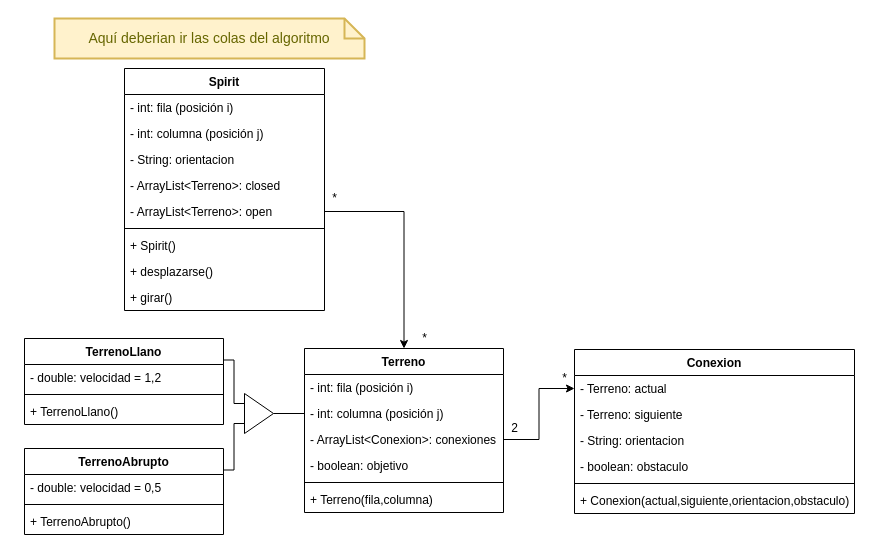
Above: Modelamiento/modelo.drawio in fibbs-bs/Spirit-BestFirstSearch (draw.io), before the change. Source tidied: cells renumbered, new cells numbered last; positions are measured from the earlier drawing's top-left corner, leaving out a move shared by most shapes. Both pictures are drawn from the tidied source at 100%, with x=0, y=0 at pixel (24, 18).
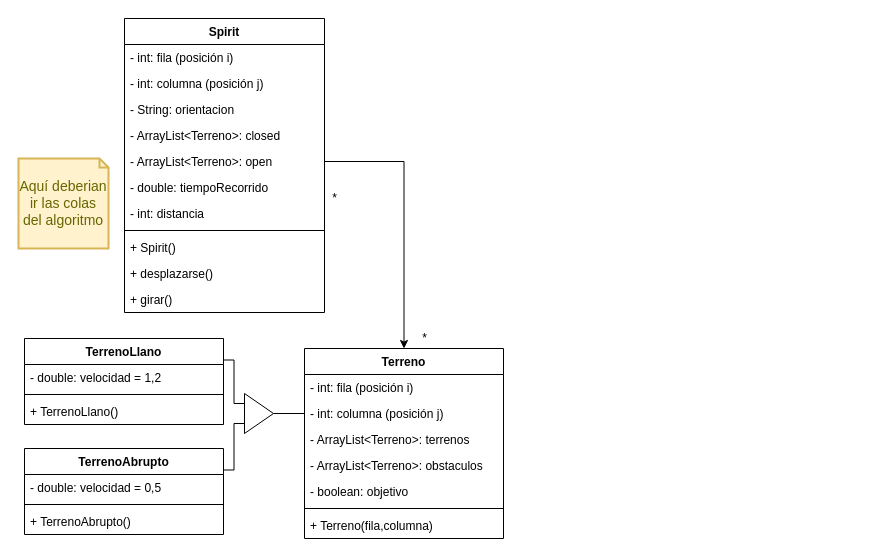
The same diagram, later.

Commit message (it also covers changes not shown here):
Lectura hasta posicionamiento de conexiones (5)

Diff of the diagram source:
```diff
@@
     <mxCell id="2" value="Terreno" style="swimlane;fontStyle=1;align=center;verticalAlign=top;horizontal=1;startSize=26;" parent="1" vertex="1">
-      <mxGeometry x="280" y="330" width="199" height="164" as="geometry" />
+      <mxGeometry x="280" y="330" width="199" height="190" as="geometry" />
     </mxCell>
@@
-    <mxCell id="5" value="- ArrayList&lt;Conexion&gt;: conexiones" style="text;strokeColor=none;fillColor=none;align=left;verticalAlign=top;spacingLeft=4;spacingRight=4;overflow=hidden;points=[[0,0.5],[1,0.5]];portConstraint=eastwest;" parent="2" vertex="1">
+    <mxCell id="5" value="- ArrayList&lt;Terreno&gt;: terrenos" style="text;strokeColor=none;fillColor=none;align=left;verticalAlign=top;spacingLeft=4;spacingRight=4;overflow=hidden;points=[[0,0.5],[1,0.5]];portConstraint=eastwest;" parent="2" vertex="1">
       <mxGeometry y="78" width="199" height="26" as="geometry" />
     </mxCell>
+    <mxCell id="45" value="- ArrayList&lt;Terreno&gt;: obstaculos" style="text;strokeColor=none;fillColor=none;align=left;verticalAlign=top;spacingLeft=4;spacingRight=4;overflow=hidden;" parent="2" vertex="1">
+      <mxGeometry y="104" width="199" height="26" as="geometry" />
+    </mxCell>
     <mxCell id="6" value="- boolean: objetivo" style="text;strokeColor=none;fillColor=none;align=left;verticalAlign=top;spacingLeft=4;spacingRight=4;overflow=hidden;" parent="2" vertex="1">
-      <mxGeometry y="104" width="199" height="26" as="geometry" />
+      <mxGeometry y="130" width="199" height="26" as="geometry" />
     </mxCell>
     <mxCell id="7" style="line;strokeWidth=1;fillColor=none;align=left;verticalAlign=middle;spacingTop=-1;spacingLeft=3;spacingRight=3;labelPosition=right;" parent="2" vertex="1">
-      <mxGeometry y="130" width="199" height="8" as="geometry" />
+      <mxGeometry y="156" width="199" height="8" as="geometry" />
     </mxCell>
     <mxCell id="8" value="+ Terreno(fila,columna)" style="text;strokeColor=none;fillColor=none;align=left;verticalAlign=top;spacingLeft=4;spacingRight=4;overflow=hidden;" parent="2" vertex="1">
-      <mxGeometry y="138" width="199" height="26" as="geometry" />
+      <mxGeometry y="164" width="199" height="26" as="geometry" />
     </mxCell>
     <mxCell id="9" value="Spirit" style="swimlane;fontStyle=1;align=center;verticalAlign=top;horizontal=1;startSize=26;" parent="1" vertex="1">
-      <mxGeometry x="100" y="50" width="200" height="242" as="geometry" />
+      <mxGeometry x="100" width="200" height="294" as="geometry" />
     </mxCell>
@@
+    <mxCell id="46" value="- double: tiempoRecorrido" style="text;strokeColor=none;fillColor=none;align=left;verticalAlign=top;spacingLeft=4;spacingRight=4;overflow=hidden;" parent="9" vertex="1">
+      <mxGeometry y="156" width="200" height="26" as="geometry" />
+    </mxCell>
+    <mxCell id="47" value="- int: distancia" style="text;strokeColor=none;fillColor=none;align=left;verticalAlign=top;spacingLeft=4;spacingRight=4;overflow=hidden;" parent="9" vertex="1">
+      <mxGeometry y="182" width="200" height="26" as="geometry" />
+    </mxCell>
     <mxCell id="15" style="line;strokeWidth=1;fillColor=none;align=left;verticalAlign=middle;spacingTop=-1;spacingLeft=3;spacingRight=3;labelPosition=right;" parent="9" vertex="1">
-      <mxGeometry y="156" width="200" height="8" as="geometry" />
+      <mxGeometry y="208" width="200" height="8" as="geometry" />
     </mxCell>
     <mxCell id="16" value="+ Spirit()" style="text;strokeColor=none;fillColor=none;align=left;verticalAlign=top;spacingLeft=4;spacingRight=4;overflow=hidden;" parent="9" vertex="1">
-      <mxGeometry y="164" width="200" height="26" as="geometry" />
+      <mxGeometry y="216" width="200" height="26" as="geometry" />
     </mxCell>
     <mxCell id="17" value="+ desplazarse()" style="text;strokeColor=none;fillColor=none;align=left;verticalAlign=top;spacingLeft=4;spacingRight=4;overflow=hidden;" parent="9" vertex="1">
-      <mxGeometry y="190" width="200" height="26" as="geometry" />
+      <mxGeometry y="242" width="200" height="26" as="geometry" />
     </mxCell>
     <mxCell id="18" value="+ girar()" style="text;strokeColor=none;fillColor=none;align=left;verticalAlign=top;spacingLeft=4;spacingRight=4;overflow=hidden;" parent="9" vertex="1">
-      <mxGeometry y="216" width="200" height="26" as="geometry" />
+      <mxGeometry y="268" width="200" height="26" as="geometry" />
     </mxCell>
-    <mxCell id="19" value="Aquí deberian ir las colas del algoritmo" style="shape=note;strokeWidth=2;fontSize=14;size=20;whiteSpace=wrap;html=1;fillColor=#fff2cc;strokeColor=#d6b656;fontColor=#666600;" parent="1" vertex="1">
-      <mxGeometry x="30" width="310" height="40" as="geometry" />
+    <mxCell id="19" value="Aquí deberian ir las colas del algoritmo" style="shape=note;strokeWidth=2;fontSize=14;size=9;whiteSpace=wrap;html=1;fillColor=#fff2cc;strokeColor=#d6b656;fontColor=#666600;" parent="1" vertex="1">
+      <mxGeometry x="-6" y="140" width="90" height="90" as="geometry" />
     </mxCell>
-    <mxCell id="20" value="Conexion" style="swimlane;fontStyle=1;align=center;verticalAlign=top;horizontal=1;startSize=26;" parent="1" vertex="1">
-      <mxGeometry x="550" y="331" width="280" height="164" as="geometry" />
-    </mxCell>
-    <mxCell id="21" value="- Terreno: actual" style="text;strokeColor=none;fillColor=none;align=left;verticalAlign=top;spacingLeft=4;spacingRight=4;overflow=hidden;points=[[0,0.5],[1,0.5]];portConstraint=eastwest;" parent="20" vertex="1">
-      <mxGeometry y="26" width="280" height="26" as="geometry" />
-    </mxCell>
-    <mxCell id="22" value="- Terreno: siguiente" style="text;strokeColor=none;fillColor=none;align=left;verticalAlign=top;spacingLeft=4;spacingRight=4;overflow=hidden;" parent="20" vertex="1">
-      <mxGeometry y="52" width="280" height="26" as="geometry" />
-    </mxCell>
-    <mxCell id="23" value="- String: orientacion" style="text;strokeColor=none;fillColor=none;align=left;verticalAlign=top;spacingLeft=4;spacingRight=4;overflow=hidden;" parent="20" vertex="1">
-      <mxGeometry y="78" width="280" height="26" as="geometry" />
-    </mxCell>
-    <mxCell id="24" value="- boolean: obstaculo" style="text;strokeColor=none;fillColor=none;align=left;verticalAlign=top;spacingLeft=4;spacingRight=4;overflow=hidden;" parent="20" vertex="1">
-      <mxGeometry y="104" width="280" height="26" as="geometry" />
-    </mxCell>
-    <mxCell id="25" style="line;strokeWidth=1;fillColor=none;align=left;verticalAlign=middle;spacingTop=-1;spacingLeft=3;spacingRight=3;labelPosition=right;" parent="20" vertex="1">
-      <mxGeometry y="130" width="280" height="8" as="geometry" />
-    </mxCell>
-    <mxCell id="26" value="+ Conexion(actual,siguiente,orientacion,obstaculo)" style="text;strokeColor=none;fillColor=none;align=left;verticalAlign=top;spacingLeft=4;spacingRight=4;overflow=hidden;" parent="20" vertex="1">
-      <mxGeometry y="138" width="280" height="26" as="geometry" />
-    </mxCell>
@@
-    <mxCell id="39" value="2" style="text;html=1;align=center;verticalAlign=middle;strokeColor=none;fillColor=none;" parent="1" vertex="1">
-      <mxGeometry x="480" y="400" width="20" height="20" as="geometry" />
-    </mxCell>
-    <mxCell id="40" style="edgeStyle=orthogonalEdgeStyle;rounded=0;html=1;exitX=1;exitY=0.5;exitDx=0;exitDy=0;entryX=0;entryY=0.5;entryDx=0;entryDy=0;endArrow=classic;endFill=1;" parent="1" edge="1" source="5" target="21">
-      <mxGeometry relative="1" as="geometry" />
-    </mxCell>
-    <mxCell id="41" value="*" style="text;html=1;align=center;verticalAlign=middle;strokeColor=none;fillColor=none;" parent="1" vertex="1">
-      <mxGeometry x="530" y="350" width="20" height="20" as="geometry" />
-    </mxCell>
```
